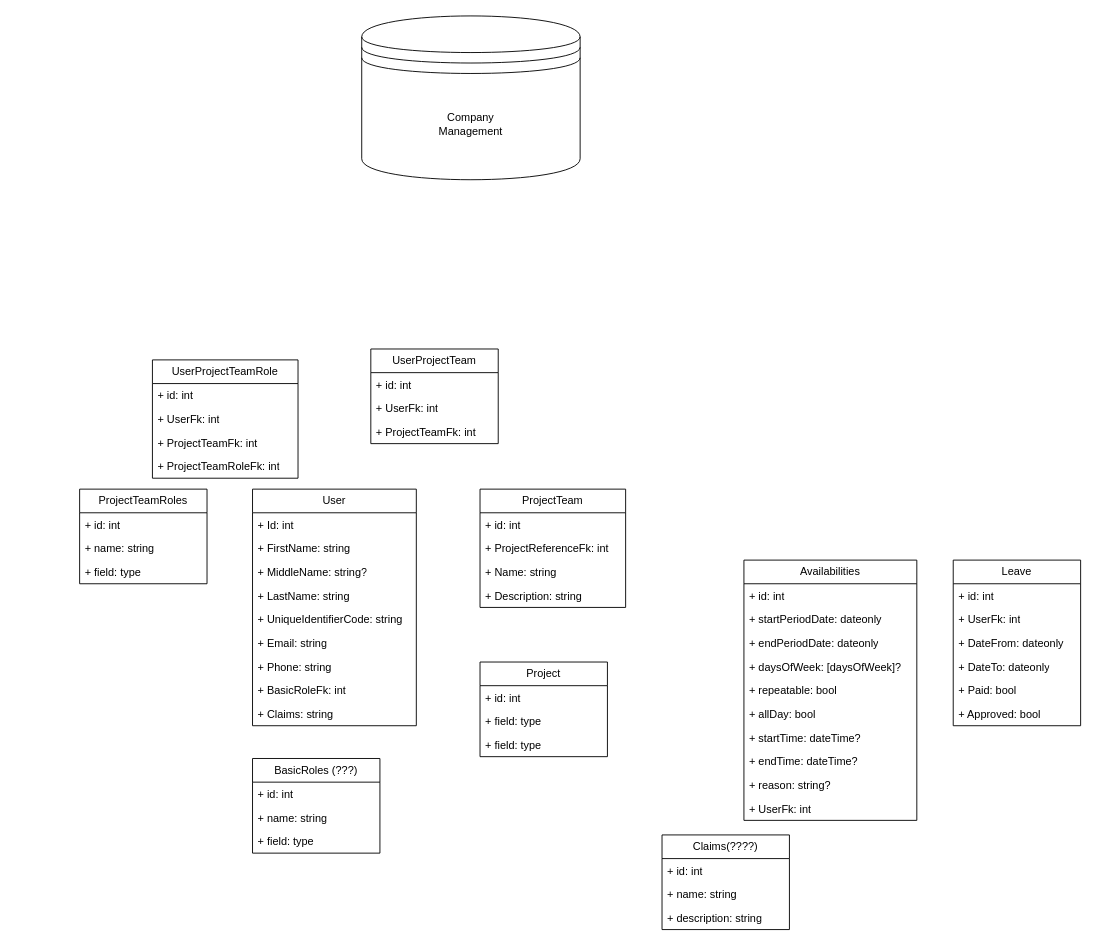
VasilBanchev/CompanyManagement keeps this draw.io diagram as Shared/Database/Diagrams/DB.drawio. Above is the earlier version. Source tidied: cells renumbered, new cells numbered last; positions are measured from the earlier drawing's top-left corner, leaving out a move shared by most shapes. Both pictures are drawn from the tidied source at 91%, with x=0, y=0 at pixel (79, 15).
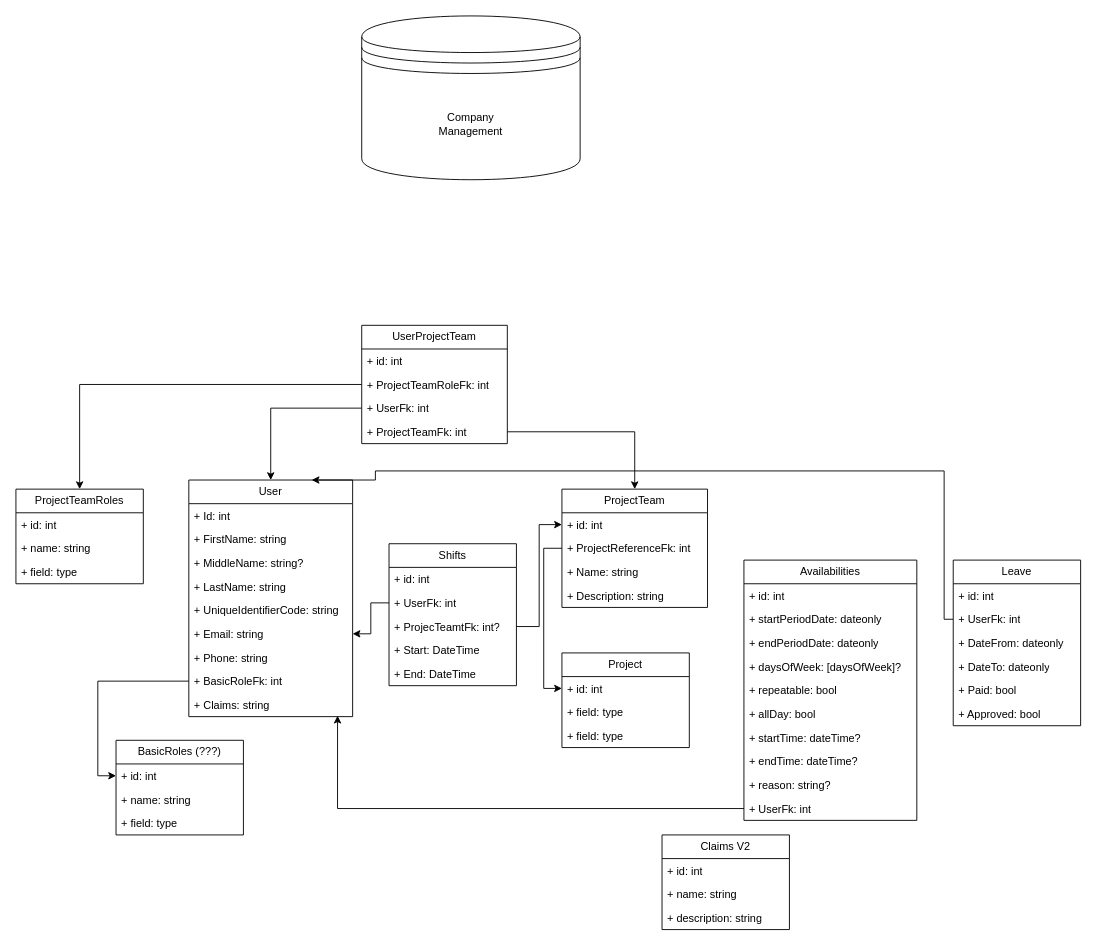
Above is the later version.

The change refers to these unchanged cells:
```xml
<mxCell id="9" value="+ Email: string" style="text;strokeColor=none;fillColor=none;align=left;verticalAlign=top;spacingLeft=4;spacingRight=4;overflow=hidden;points=[[0,0.5],[1,0.5]];portConstraint=eastwest;whiteSpace=wrap;html=1;" parent="3" vertex="1">
  <mxGeometry y="156" width="180" height="26" as="geometry" />
</mxCell>
<mxCell id="11" value="+ BasicRoleFk: int" style="text;strokeColor=none;fillColor=none;align=left;verticalAlign=top;spacingLeft=4;spacingRight=4;overflow=hidden;points=[[0,0.5],[1,0.5]];portConstraint=eastwest;whiteSpace=wrap;html=1;" parent="3" vertex="1">
  <mxGeometry y="208" width="180" height="26" as="geometry" />
</mxCell>
<mxCell id="12" value="+ Claims: string" style="text;strokeColor=none;fillColor=none;align=left;verticalAlign=top;spacingLeft=4;spacingRight=4;overflow=hidden;points=[[0,0.5],[1,0.5]];portConstraint=eastwest;whiteSpace=wrap;html=1;" parent="3" vertex="1">
  <mxGeometry y="234" width="180" height="26" as="geometry" />
</mxCell>
<mxCell id="23" value="+ UserFk: int" style="text;strokeColor=none;fillColor=none;align=left;verticalAlign=top;spacingLeft=4;spacingRight=4;overflow=hidden;points=[[0,0.5],[1,0.5]];portConstraint=eastwest;whiteSpace=wrap;html=1;" parent="13" vertex="1">
  <mxGeometry y="260" width="190" height="26" as="geometry" />
</mxCell>
<mxCell id="25" value="+ id: int" style="text;strokeColor=none;fillColor=none;align=left;verticalAlign=top;spacingLeft=4;spacingRight=4;overflow=hidden;points=[[0,0.5],[1,0.5]];portConstraint=eastwest;whiteSpace=wrap;html=1;" parent="24" vertex="1">
  <mxGeometry y="26" width="160" height="26" as="geometry" />
</mxCell>
<mxCell id="26" value="+ ProjectReferenceFk: int" style="text;strokeColor=none;fillColor=none;align=left;verticalAlign=top;spacingLeft=4;spacingRight=4;overflow=hidden;points=[[0,0.5],[1,0.5]];portConstraint=eastwest;whiteSpace=wrap;html=1;" parent="24" vertex="1">
  <mxGeometry y="52" width="160" height="26" as="geometry" />
</mxCell>
<mxCell id="35" value="+ id: int" style="text;strokeColor=none;fillColor=none;align=left;verticalAlign=top;spacingLeft=4;spacingRight=4;overflow=hidden;points=[[0,0.5],[1,0.5]];portConstraint=eastwest;whiteSpace=wrap;html=1;" parent="34" vertex="1">
  <mxGeometry y="26" width="140" height="26" as="geometry" />
</mxCell>
<mxCell id="39" value="+ id: int" style="text;strokeColor=none;fillColor=none;align=left;verticalAlign=top;spacingLeft=4;spacingRight=4;overflow=hidden;points=[[0,0.5],[1,0.5]];portConstraint=eastwest;whiteSpace=wrap;html=1;" parent="38" vertex="1">
  <mxGeometry y="26" width="140" height="26" as="geometry" />
</mxCell>
<mxCell id="56" value="+ UserFk: int" style="text;strokeColor=none;fillColor=none;align=left;verticalAlign=top;spacingLeft=4;spacingRight=4;overflow=hidden;points=[[0,0.5],[1,0.5]];portConstraint=eastwest;whiteSpace=wrap;html=1;" parent="54" vertex="1">
  <mxGeometry y="52" width="140" height="26" as="geometry" />
</mxCell>
```

The edit, as a diff of the source:
```diff
@@
     <mxCell id="3" value="User" style="swimlane;fontStyle=0;horizontal=1;startSize=26;fillColor=none;whiteSpace=wrap;html=1;" parent="1" vertex="1">
-      <mxGeometry x="190" y="520" width="180" height="260" as="geometry" />
+      <mxGeometry x="120" y="510" width="180" height="260" as="geometry" />
     </mxCell>
@@
     <mxCell id="24" value="ProjectTeam" style="swimlane;fontStyle=0;horizontal=1;startSize=26;fillColor=none;whiteSpace=wrap;html=1;" parent="1" vertex="1">
-      <mxGeometry x="440" y="520" width="160" height="130" as="geometry" />
+      <mxGeometry x="530" y="520" width="160" height="130" as="geometry" />
     </mxCell>
@@
-    <mxCell id="29" value="UserProjectTeamRole" style="swimlane;fontStyle=0;horizontal=1;startSize=26;fillColor=none;whiteSpace=wrap;html=1;" parent="1" vertex="1">
-      <mxGeometry x="80" y="378" width="160" height="130" as="geometry" />
+    <mxCell id="29" value="UserProjectTeam" style="swimlane;fontStyle=0;horizontal=1;startSize=26;fillColor=none;whiteSpace=wrap;html=1;" parent="1" vertex="1">
+      <mxGeometry x="310" y="340" width="160" height="130" as="geometry" />
     </mxCell>
@@
+    <mxCell id="33" value="+ ProjectTeamRoleFk: int" style="text;strokeColor=none;fillColor=none;align=left;verticalAlign=top;spacingLeft=4;spacingRight=4;overflow=hidden;points=[[0,0.5],[1,0.5]];portConstraint=eastwest;whiteSpace=wrap;html=1;" parent="29" vertex="1">
+      <mxGeometry y="52" width="160" height="26" as="geometry" />
+    </mxCell>
     <mxCell id="31" value="+ UserFk: int" style="text;strokeColor=none;fillColor=none;align=left;verticalAlign=top;spacingLeft=4;spacingRight=4;overflow=hidden;points=[[0,0.5],[1,0.5]];portConstraint=eastwest;whiteSpace=wrap;html=1;" parent="29" vertex="1">
-      <mxGeometry y="52" width="160" height="26" as="geometry" />
+      <mxGeometry y="78" width="160" height="26" as="geometry" />
     </mxCell>
     <mxCell id="32" value="+ ProjectTeamFk: int" style="text;strokeColor=none;fillColor=none;align=left;verticalAlign=top;spacingLeft=4;spacingRight=4;overflow=hidden;points=[[0,0.5],[1,0.5]];portConstraint=eastwest;whiteSpace=wrap;html=1;" parent="29" vertex="1">
-      <mxGeometry y="78" width="160" height="26" as="geometry" />
+      <mxGeometry y="104" width="160" height="26" as="geometry" />
     </mxCell>
-    <mxCell id="33" value="+ ProjectTeamRoleFk: int" style="text;strokeColor=none;fillColor=none;align=left;verticalAlign=top;spacingLeft=4;spacingRight=4;overflow=hidden;points=[[0,0.5],[1,0.5]];portConstraint=eastwest;whiteSpace=wrap;html=1;" parent="29" vertex="1">
-      <mxGeometry y="104" width="160" height="26" as="geometry" />
-    </mxCell>
     <mxCell id="34" value="BasicRoles (???)" style="swimlane;fontStyle=0;horizontal=1;startSize=26;fillColor=none;whiteSpace=wrap;html=1;" parent="1" vertex="1">
-      <mxGeometry x="190" y="816" width="140" height="104" as="geometry" />
+      <mxGeometry x="40" y="796" width="140" height="104" as="geometry" />
     </mxCell>
@@
     <mxCell id="38" value="Project" style="swimlane;fontStyle=0;horizontal=1;startSize=26;fillColor=none;whiteSpace=wrap;html=1;" parent="1" vertex="1">
-      <mxGeometry x="440" y="710" width="140" height="104" as="geometry" />
+      <mxGeometry x="530" y="700" width="140" height="104" as="geometry" />
     </mxCell>
@@
-    <mxCell id="42" value="UserProjectTeam" style="swimlane;fontStyle=0;horizontal=1;startSize=26;fillColor=none;whiteSpace=wrap;html=1;" parent="1" vertex="1">
-      <mxGeometry x="320" y="366" width="140" height="104" as="geometry" />
-    </mxCell>
-    <mxCell id="43" value="+ id: int" style="text;strokeColor=none;fillColor=none;align=left;verticalAlign=top;spacingLeft=4;spacingRight=4;overflow=hidden;whiteSpace=wrap;html=1;" parent="42" vertex="1">
-      <mxGeometry y="26" width="140" height="26" as="geometry" />
-    </mxCell>
-    <mxCell id="44" value="+ UserFk: int" style="text;strokeColor=none;fillColor=none;align=left;verticalAlign=top;spacingLeft=4;spacingRight=4;overflow=hidden;points=[[0,0.5],[1,0.5]];portConstraint=eastwest;whiteSpace=wrap;html=1;" parent="42" vertex="1">
-      <mxGeometry y="52" width="140" height="26" as="geometry" />
-    </mxCell>
-    <mxCell id="45" value="+ ProjectTeamFk: int" style="text;strokeColor=none;fillColor=none;align=left;verticalAlign=top;spacingLeft=4;spacingRight=4;overflow=hidden;whiteSpace=wrap;html=1;" parent="42" vertex="1">
-      <mxGeometry y="78" width="140" height="26" as="geometry" />
-    </mxCell>
     <mxCell id="46" value="ProjectTeamRoles" style="swimlane;fontStyle=0;horizontal=1;startSize=26;fillColor=none;whiteSpace=wrap;html=1;" parent="1" vertex="1">
-      <mxGeometry y="520" width="140" height="104" as="geometry" />
+      <mxGeometry x="-70" y="520" width="140" height="104" as="geometry" />
     </mxCell>
@@
-    <mxCell id="50" value="Claims(????)" style="swimlane;fontStyle=0;horizontal=1;startSize=26;fillColor=none;whiteSpace=wrap;html=1;" parent="1" vertex="1">
+    <mxCell id="50" value="Claims V2" style="swimlane;fontStyle=0;horizontal=1;startSize=26;fillColor=none;whiteSpace=wrap;html=1;" parent="1" vertex="1">
       <mxGeometry x="640" y="900" width="140" height="104" as="geometry" />
     </mxCell>
@@
+    <mxCell id="61" style="edgeStyle=orthogonalEdgeStyle;rounded=0;jettySize=auto;html=1;entryX=0;entryY=0.5;entryDx=0;entryDy=0;" parent="1" edge="1" source="26" target="39">
+      <mxGeometry relative="1" as="geometry" />
+    </mxCell>
+    <mxCell id="62" style="edgeStyle=orthogonalEdgeStyle;rounded=0;jettySize=auto;html=1;entryX=0;entryY=0.5;entryDx=0;entryDy=0;" parent="1" edge="1" source="11" target="35">
+      <mxGeometry relative="1" as="geometry" />
+    </mxCell>
+    <mxCell id="63" style="edgeStyle=orthogonalEdgeStyle;rounded=0;jettySize=auto;html=1;entryX=0.5;entryY=0;entryDx=0;entryDy=0;" parent="1" edge="1" source="32" target="24">
+      <mxGeometry relative="1" as="geometry" />
+    </mxCell>
+    <mxCell id="64" style="edgeStyle=orthogonalEdgeStyle;rounded=0;jettySize=auto;html=1;entryX=0.5;entryY=0;entryDx=0;entryDy=0;" parent="1" edge="1" source="31" target="3">
+      <mxGeometry relative="1" as="geometry" />
+    </mxCell>
+    <mxCell id="65" style="edgeStyle=orthogonalEdgeStyle;rounded=0;jettySize=auto;html=1;" parent="1" edge="1" source="33" target="46">
+      <mxGeometry relative="1" as="geometry" />
+    </mxCell>
+    <mxCell id="66" style="edgeStyle=orthogonalEdgeStyle;rounded=0;jettySize=auto;html=1;exitX=0;exitY=0.5;exitDx=0;exitDy=0;entryX=0.908;entryY=0.962;entryDx=0;entryDy=0;entryPerimeter=0;" parent="1" edge="1" source="23" target="12">
+      <mxGeometry relative="1" as="geometry" />
+    </mxCell>
+    <mxCell id="67" style="edgeStyle=orthogonalEdgeStyle;rounded=0;jettySize=auto;html=1;entryX=0.75;entryY=0;entryDx=0;entryDy=0;exitX=0;exitY=0.5;exitDx=0;exitDy=0;" parent="1" edge="1" source="56" target="3">
+      <mxGeometry relative="1" as="geometry">
+        <Array as="points">
+          <mxPoint x="950" y="663" />
+          <mxPoint x="950" y="500" />
+          <mxPoint x="325" y="500" />
+        </Array>
+      </mxGeometry>
+    </mxCell>
+    <mxCell id="68" value="Shifts" style="swimlane;fontStyle=0;horizontal=1;startSize=26;fillColor=none;whiteSpace=wrap;html=1;" parent="1" vertex="1">
+      <mxGeometry x="340" y="580" width="140" height="156" as="geometry" />
+    </mxCell>
+    <mxCell id="43" value="+ id: int" style="text;strokeColor=none;fillColor=none;align=left;verticalAlign=top;spacingLeft=4;spacingRight=4;overflow=hidden;whiteSpace=wrap;html=1;" parent="68" vertex="1">
+      <mxGeometry y="26" width="140" height="26" as="geometry" />
+    </mxCell>
+    <mxCell id="44" value="+ UserFk: int" style="text;strokeColor=none;fillColor=none;align=left;verticalAlign=top;spacingLeft=4;spacingRight=4;overflow=hidden;points=[[0,0.5],[1,0.5]];portConstraint=eastwest;whiteSpace=wrap;html=1;" parent="68" vertex="1">
+      <mxGeometry y="52" width="140" height="26" as="geometry" />
+    </mxCell>
+    <mxCell id="69" value="+ ProjecTeamtFk: int?" style="text;strokeColor=none;fillColor=none;align=left;verticalAlign=top;spacingLeft=4;spacingRight=4;overflow=hidden;points=[[0,0.5],[1,0.5]];portConstraint=eastwest;whiteSpace=wrap;html=1;" parent="68" vertex="1">
+      <mxGeometry y="78" width="140" height="26" as="geometry" />
+    </mxCell>
+    <mxCell id="70" value="+ Start: DateTime" style="text;strokeColor=none;fillColor=none;align=left;verticalAlign=top;spacingLeft=4;spacingRight=4;overflow=hidden;whiteSpace=wrap;html=1;" parent="68" vertex="1">
+      <mxGeometry y="104" width="140" height="26" as="geometry" />
+    </mxCell>
+    <mxCell id="71" value="+ End: DateTime" style="text;strokeColor=none;fillColor=none;align=left;verticalAlign=top;spacingLeft=4;spacingRight=4;overflow=hidden;whiteSpace=wrap;html=1;" parent="68" vertex="1">
+      <mxGeometry y="130" width="140" height="26" as="geometry" />
+    </mxCell>
+    <mxCell id="72" style="edgeStyle=orthogonalEdgeStyle;rounded=0;jettySize=auto;html=1;" parent="1" edge="1" source="44" target="9">
+      <mxGeometry relative="1" as="geometry" />
+    </mxCell>
+    <mxCell id="73" style="edgeStyle=orthogonalEdgeStyle;rounded=0;jettySize=auto;html=1;entryX=0;entryY=0.5;entryDx=0;entryDy=0;" parent="1" edge="1" source="69" target="25">
+      <mxGeometry relative="1" as="geometry" />
+    </mxCell>
```
